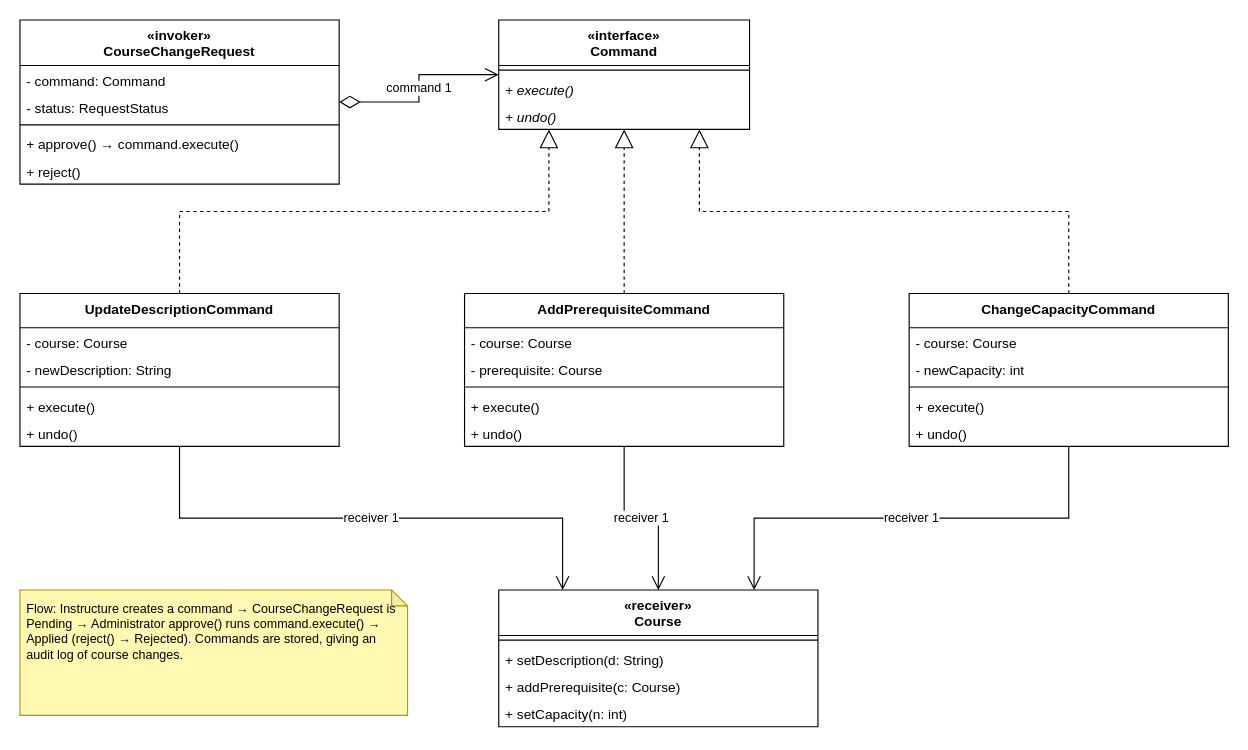
The draw.io diagram page "Command A — Instructure Course-Change Requests" (1 of 2) of Diagrams/Class_diagrams_design_patterns/04-command.drawio in Tharusha-dev/soft_architect_redda, before the edit. Source tidied: cells renumbered, new cells numbered last; positions are measured from the earlier drawing's top-left corner, leaving out a move shared by most shapes. Both pictures are drawn from the tidied source at 114%, with x=0, y=0 at pixel (19, 19).
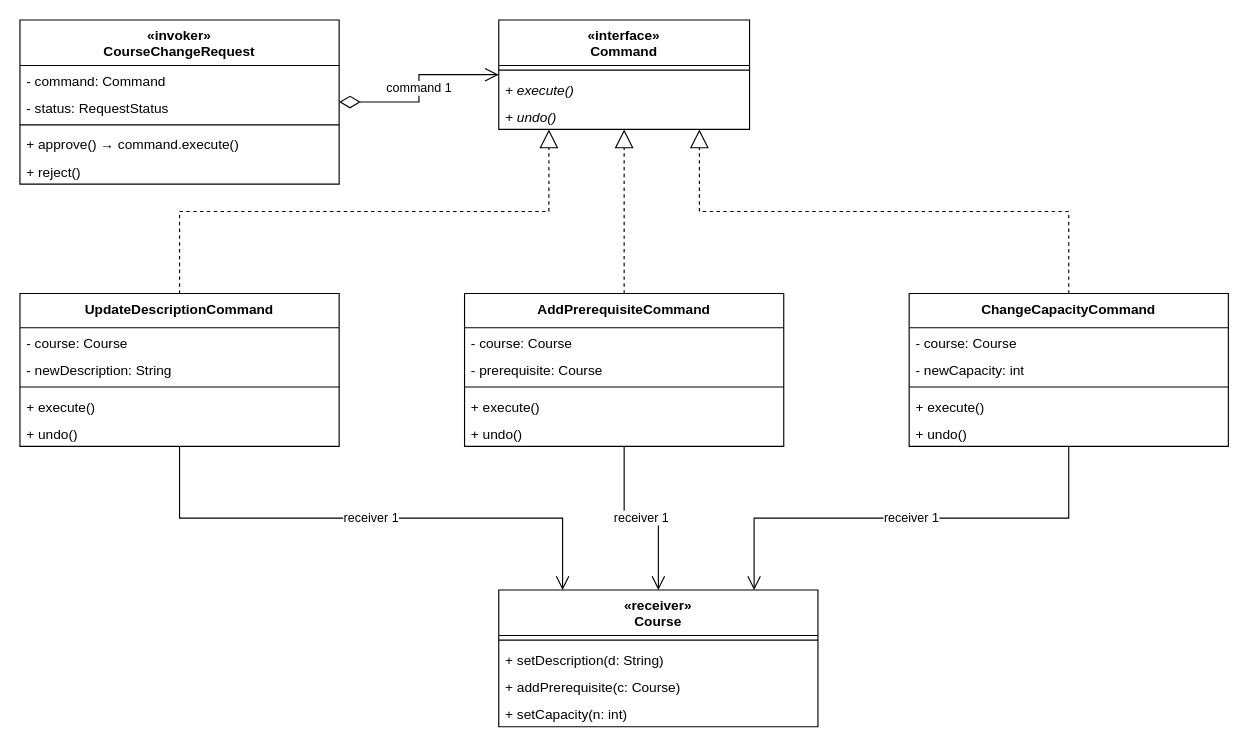
The same page after the edit.

What changed in the source:
```diff
@@
-    <mxCell id="35" value="Flow: Instructure creates a command → CourseChangeRequest is Pending → Administrator approve() runs command.execute() → Applied (reject() → Rejected). Commands are stored, giving an audit log of course changes." style="shape=note;whiteSpace=wrap;html=1;backgroundOutline=1;darkOpacity=0.05;fillColor=#FFF9B2;strokeColor=#B09500;size=14;align=left;verticalAlign=top;spacing=6;fontSize=11;" parent="1" vertex="1">
-      <mxGeometry y="500" width="340" height="110" as="geometry" />
-    </mxCell>
```
